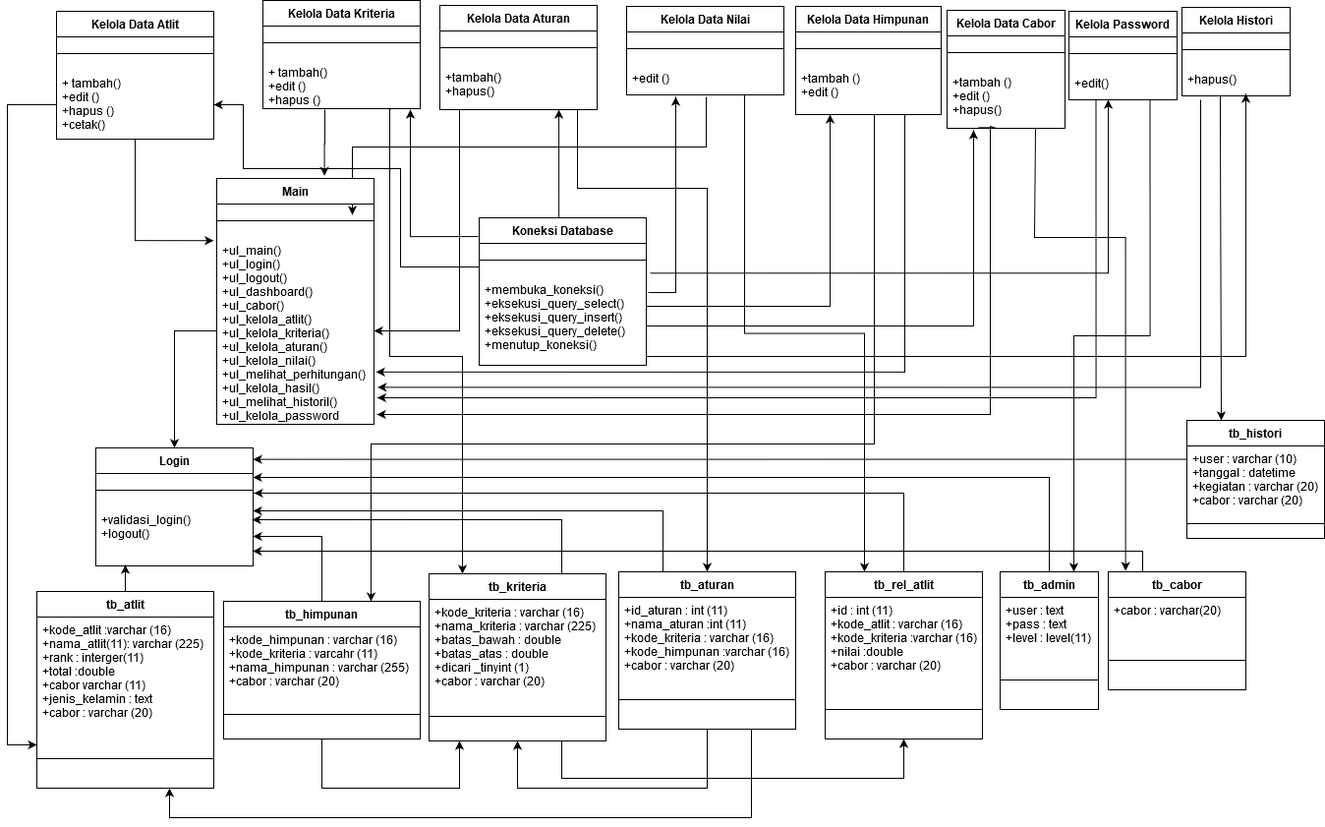
The draw.io diagram Untitled Diagram.png in NuriCandrawati/nuri-resolusi, before a commit. Source tidied: cells renumbered, new cells last; positions are measured from the earlier drawing's top-left corner, leaving out a move shared by most shapes.
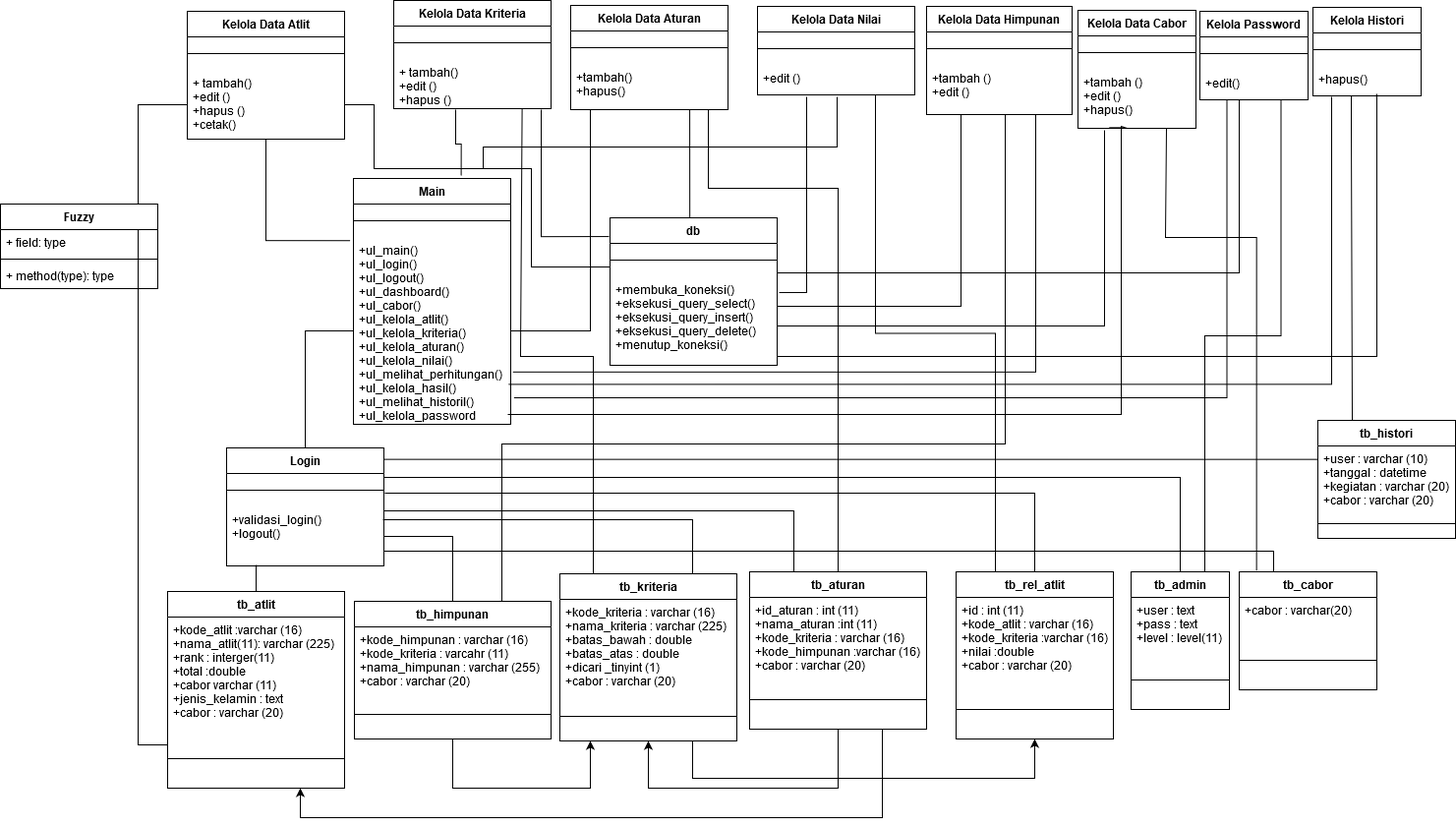
Above is the later version.

Change to the diagram source:
```diff
@@ -4,3 +4,3 @@
     <mxCell id="1" parent="0" />
-    <mxCell id="2" style="edgeStyle=orthogonalEdgeStyle;rounded=0;jettySize=auto;html=1;entryX=0.685;entryY=-0.011;entryDx=0;entryDy=0;entryPerimeter=0;" parent="1" edge="1" target="89">
+    <mxCell id="2" style="edgeStyle=orthogonalEdgeStyle;rounded=0;jettySize=auto;html=1;entryX=0.685;entryY=-0.011;entryDx=0;entryDy=0;entryPerimeter=0;endArrow=none;endFill=0;" parent="1" edge="1" target="89">
       <mxGeometry relative="1" as="geometry">
@@ -9,3 +9,3 @@
     </mxCell>
-    <mxCell id="3" style="edgeStyle=orthogonalEdgeStyle;rounded=0;orthogonalLoop=1;jettySize=auto;html=1;entryX=0.25;entryY=0;entryDx=0;entryDy=0;exitX=0.885;exitY=0.993;exitDx=0;exitDy=0;exitPerimeter=0;" parent="1" edge="1">
+    <mxCell id="3" style="edgeStyle=orthogonalEdgeStyle;rounded=0;orthogonalLoop=1;jettySize=auto;html=1;entryX=0.25;entryY=0;entryDx=0;entryDy=0;exitX=0.885;exitY=0.993;exitDx=0;exitDy=0;exitPerimeter=0;endArrow=none;endFill=0;" parent="1" edge="1">
       <mxGeometry relative="1" as="geometry">
@@ -21,6 +21,6 @@
     </mxCell>
-    <mxCell id="4" style="edgeStyle=orthogonalEdgeStyle;rounded=0;orthogonalLoop=1;jettySize=auto;html=1;exitX=0.5;exitY=1;exitDx=0;exitDy=0;entryX=0.75;entryY=0;entryDx=0;entryDy=0;" parent="1" edge="1">
+    <mxCell id="4" style="edgeStyle=orthogonalEdgeStyle;rounded=0;orthogonalLoop=1;jettySize=auto;html=1;exitX=0.5;exitY=1;exitDx=0;exitDy=0;endArrow=none;endFill=0;" parent="1" edge="1">
       <mxGeometry relative="1" as="geometry">
         <mxPoint x="711" y="98" as="sourcePoint" />
-        <mxPoint x="351" y="218" as="targetPoint" />
+        <mxPoint x="351" y="171" as="targetPoint" />
         <Array as="points">
@@ -31,3 +31,3 @@
     </mxCell>
-    <mxCell id="5" style="edgeStyle=orthogonalEdgeStyle;rounded=0;jettySize=auto;html=1;exitX=0.75;exitY=1;exitDx=0;exitDy=0;entryX=0.25;entryY=0;entryDx=0;entryDy=0;" parent="1" edge="1" source="6" target="37">
+    <mxCell id="5" style="edgeStyle=orthogonalEdgeStyle;rounded=0;jettySize=auto;html=1;exitX=0.75;exitY=1;exitDx=0;exitDy=0;entryX=0.25;entryY=0;entryDx=0;entryDy=0;endArrow=none;endFill=0;" parent="1" edge="1" source="6" target="37">
       <mxGeometry relative="1" as="geometry" />
@@ -43,6 +43,6 @@
     </mxCell>
-    <mxCell id="9" style="edgeStyle=orthogonalEdgeStyle;rounded=0;jettySize=auto;html=1;exitX=0;exitY=0.5;exitDx=0;exitDy=0;entryX=0.5;entryY=0;entryDx=0;entryDy=0;" parent="1" edge="1" source="91" target="45">
+    <mxCell id="9" style="edgeStyle=orthogonalEdgeStyle;rounded=0;jettySize=auto;html=1;exitX=0;exitY=0.5;exitDx=0;exitDy=0;entryX=0.5;entryY=0;entryDx=0;entryDy=0;endArrow=none;endFill=0;" parent="1" edge="1" source="91" target="45">
       <mxGeometry relative="1" as="geometry" />
     </mxCell>
-    <mxCell id="10" style="edgeStyle=orthogonalEdgeStyle;rounded=0;jettySize=auto;html=1;exitX=0;exitY=0.5;exitDx=0;exitDy=0;" parent="1" edge="1" source="69" target="61">
+    <mxCell id="10" style="edgeStyle=orthogonalEdgeStyle;rounded=0;jettySize=auto;html=1;exitX=0;exitY=0.5;exitDx=0;exitDy=0;endArrow=none;endFill=0;" parent="1" edge="1" source="69" target="61">
       <mxGeometry relative="1" as="geometry">
@@ -54,3 +54,3 @@
     </mxCell>
-    <mxCell id="11" style="edgeStyle=orthogonalEdgeStyle;rounded=0;jettySize=auto;html=1;" parent="1" edge="1" source="65" target="31">
+    <mxCell id="11" style="edgeStyle=orthogonalEdgeStyle;rounded=0;jettySize=auto;html=1;endArrow=none;endFill=0;" parent="1" edge="1" source="65" target="31">
       <mxGeometry relative="1" as="geometry">
@@ -62,3 +62,3 @@
     </mxCell>
-    <mxCell id="12" style="edgeStyle=orthogonalEdgeStyle;rounded=0;jettySize=auto;html=1;exitX=1.012;exitY=0.178;exitDx=0;exitDy=0;exitPerimeter=0;" parent="1" edge="1" source="84">
+    <mxCell id="12" style="edgeStyle=orthogonalEdgeStyle;rounded=0;jettySize=auto;html=1;exitX=1.012;exitY=0.178;exitDx=0;exitDy=0;exitPerimeter=0;endArrow=none;endFill=0;" parent="1" edge="1" source="84">
       <mxGeometry relative="1" as="geometry">
@@ -67,3 +67,3 @@
     </mxCell>
-    <mxCell id="13" style="edgeStyle=orthogonalEdgeStyle;rounded=0;jettySize=auto;html=1;exitX=-0.006;exitY=0.127;exitDx=0;exitDy=0;exitPerimeter=0;" parent="1" edge="1" source="82">
+    <mxCell id="13" style="edgeStyle=orthogonalEdgeStyle;rounded=0;jettySize=auto;html=1;exitX=-0.006;exitY=0.127;exitDx=0;exitDy=0;exitPerimeter=0;endArrow=none;endFill=0;" parent="1" edge="1" source="82">
       <mxGeometry relative="1" as="geometry">
@@ -75,3 +75,3 @@
     </mxCell>
-    <mxCell id="14" style="edgeStyle=orthogonalEdgeStyle;rounded=0;jettySize=auto;html=1;exitX=0;exitY=0.25;exitDx=0;exitDy=0;entryX=1;entryY=0.5;entryDx=0;entryDy=0;" parent="1" edge="1" source="82" target="69">
+    <mxCell id="14" style="edgeStyle=orthogonalEdgeStyle;rounded=0;jettySize=auto;html=1;exitX=0;exitY=0.25;exitDx=0;exitDy=0;entryX=1;entryY=0.5;entryDx=0;entryDy=0;endArrow=none;endFill=0;" parent="1" edge="1" source="82" target="69">
       <mxGeometry relative="1" as="geometry">
@@ -86,6 +86,6 @@
     </mxCell>
-    <mxCell id="15" style="edgeStyle=orthogonalEdgeStyle;rounded=0;jettySize=auto;html=1;exitX=0.25;exitY=0;exitDx=0;exitDy=0;entryX=1;entryY=0.067;entryDx=0;entryDy=0;entryPerimeter=0;" parent="1" edge="1" source="31" target="47">
+    <mxCell id="15" style="edgeStyle=orthogonalEdgeStyle;rounded=0;jettySize=auto;html=1;exitX=0.25;exitY=0;exitDx=0;exitDy=0;entryX=1;entryY=0.067;entryDx=0;entryDy=0;entryPerimeter=0;endArrow=none;endFill=0;" parent="1" edge="1" source="31" target="47">
       <mxGeometry relative="1" as="geometry" />
     </mxCell>
-    <mxCell id="16" style="edgeStyle=orthogonalEdgeStyle;rounded=0;jettySize=auto;html=1;exitX=0.5;exitY=1;exitDx=0;exitDy=0;entryX=0.75;entryY=0;entryDx=0;entryDy=0;" parent="1" edge="1" source="18" target="50">
+    <mxCell id="16" style="edgeStyle=orthogonalEdgeStyle;rounded=0;jettySize=auto;html=1;exitX=0.5;exitY=1;exitDx=0;exitDy=0;entryX=0.75;entryY=0;entryDx=0;entryDy=0;endArrow=none;endFill=0;" parent="1" edge="1" source="18" target="50">
       <mxGeometry relative="1" as="geometry">
@@ -97,3 +97,3 @@
     </mxCell>
-    <mxCell id="17" style="edgeStyle=orthogonalEdgeStyle;rounded=0;jettySize=auto;html=1;exitX=0.75;exitY=1;exitDx=0;exitDy=0;entryX=1.013;entryY=0.72;entryDx=0;entryDy=0;entryPerimeter=0;" parent="1" edge="1" source="18" target="91">
+    <mxCell id="17" style="edgeStyle=orthogonalEdgeStyle;rounded=0;jettySize=auto;html=1;exitX=0.75;exitY=1;exitDx=0;exitDy=0;entryX=1.013;entryY=0.72;entryDx=0;entryDy=0;entryPerimeter=0;endArrow=none;endFill=0;" parent="1" edge="1" source="18" target="91">
       <mxGeometry relative="1" as="geometry" />
@@ -125,3 +125,3 @@
     </mxCell>
-    <mxCell id="23" style="edgeStyle=orthogonalEdgeStyle;rounded=0;jettySize=auto;html=1;exitX=0.264;exitY=0.989;exitDx=0;exitDy=0;exitPerimeter=0;" parent="1" edge="1" source="27">
+    <mxCell id="23" style="edgeStyle=orthogonalEdgeStyle;rounded=0;jettySize=auto;html=1;exitX=0.264;exitY=0.989;exitDx=0;exitDy=0;exitPerimeter=0;endArrow=none;endFill=0;" parent="1" edge="1" source="27">
       <mxGeometry relative="1" as="geometry">
@@ -135,3 +135,3 @@
     </mxCell>
-    <mxCell id="24" style="edgeStyle=orthogonalEdgeStyle;rounded=0;jettySize=auto;html=1;exitX=0.75;exitY=1;exitDx=0;exitDy=0;entryX=0.126;entryY=-0.008;entryDx=0;entryDy=0;entryPerimeter=0;" parent="1" edge="1" source="25" target="77">
+    <mxCell id="24" style="edgeStyle=orthogonalEdgeStyle;rounded=0;jettySize=auto;html=1;exitX=0.75;exitY=1;exitDx=0;exitDy=0;entryX=0.126;entryY=-0.008;entryDx=0;entryDy=0;entryPerimeter=0;endArrow=none;endFill=0;" parent="1" edge="1" source="25" target="77">
       <mxGeometry relative="1" as="geometry">
@@ -170,3 +170,3 @@
     </mxCell>
-    <mxCell id="34" style="edgeStyle=orthogonalEdgeStyle;rounded=0;jettySize=auto;html=1;exitX=0.5;exitY=0;exitDx=0;exitDy=0;" parent="1" edge="1" source="37">
+    <mxCell id="34" style="edgeStyle=orthogonalEdgeStyle;rounded=0;jettySize=auto;html=1;exitX=0.5;exitY=0;exitDx=0;exitDy=0;endArrow=none;endFill=0;" parent="1" edge="1" source="37">
       <mxGeometry relative="1" as="geometry">
@@ -179,3 +179,3 @@
     </mxCell>
-    <mxCell id="35" style="edgeStyle=orthogonalEdgeStyle;rounded=0;jettySize=auto;html=1;entryX=0.25;entryY=0;entryDx=0;entryDy=0;" parent="1" edge="1" target="85">
+    <mxCell id="35" style="edgeStyle=orthogonalEdgeStyle;rounded=0;jettySize=auto;html=1;entryX=0.25;entryY=0;entryDx=0;entryDy=0;endArrow=none;endFill=0;" parent="1" edge="1" target="85">
       <mxGeometry relative="1" as="geometry">
@@ -188,7 +188,8 @@
     </mxCell>
-    <mxCell id="36" style="edgeStyle=orthogonalEdgeStyle;rounded=0;jettySize=auto;html=1;entryX=1.023;entryY=0.802;entryDx=0;entryDy=0;entryPerimeter=0;" parent="1" edge="1" target="91">
+    <mxCell id="36" style="edgeStyle=orthogonalEdgeStyle;rounded=0;orthogonalLoop=1;jettySize=auto;html=1;entryX=1.023;entryY=0.802;entryDx=0;entryDy=0;entryPerimeter=0;endArrow=none;endFill=0;" parent="1" edge="1">
       <mxGeometry relative="1" as="geometry">
-        <mxPoint x="1214" y="101" as="sourcePoint" />
+        <mxPoint x="1214" y="98" as="sourcePoint" />
+        <mxPoint x="376.7" y="390.4" as="targetPoint" />
         <Array as="points">
-          <mxPoint x="1214" y="393" />
+          <mxPoint x="1214" y="390" />
         </Array>
@@ -205,3 +206,3 @@
     </mxCell>
-    <mxCell id="40" style="edgeStyle=orthogonalEdgeStyle;rounded=0;jettySize=auto;html=1;exitX=0.75;exitY=0;exitDx=0;exitDy=0;entryX=0.994;entryY=0.217;entryDx=0;entryDy=0;entryPerimeter=0;" parent="1" edge="1" source="42" target="47">
+    <mxCell id="40" style="edgeStyle=orthogonalEdgeStyle;rounded=0;jettySize=auto;html=1;exitX=0.75;exitY=0;exitDx=0;exitDy=0;entryX=0.994;entryY=0.217;entryDx=0;entryDy=0;entryPerimeter=0;endArrow=none;endFill=0;" parent="1" edge="1" source="42" target="47">
       <mxGeometry relative="1" as="geometry" />
@@ -234,3 +235,3 @@
     </mxCell>
-    <mxCell id="48" style="edgeStyle=orthogonalEdgeStyle;rounded=0;jettySize=auto;html=1;exitX=0.5;exitY=0;exitDx=0;exitDy=0;entryX=1;entryY=0.5;entryDx=0;entryDy=0;" parent="1" edge="1" source="50" target="47">
+    <mxCell id="48" style="edgeStyle=orthogonalEdgeStyle;rounded=0;jettySize=auto;html=1;exitX=0.5;exitY=0;exitDx=0;exitDy=0;entryX=1;entryY=0.5;entryDx=0;entryDy=0;endArrow=none;endFill=0;" parent="1" edge="1" source="50" target="47">
       <mxGeometry relative="1" as="geometry" />
@@ -256,3 +257,3 @@
     </mxCell>
-    <mxCell id="53" style="edgeStyle=orthogonalEdgeStyle;rounded=0;orthogonalLoop=1;jettySize=auto;html=1;exitX=0.5;exitY=0;exitDx=0;exitDy=0;" parent="1" edge="1">
+    <mxCell id="53" style="edgeStyle=orthogonalEdgeStyle;rounded=0;orthogonalLoop=1;jettySize=auto;html=1;exitX=0.5;exitY=0;exitDx=0;exitDy=0;endArrow=none;endFill=0;" parent="1" edge="1">
       <mxGeometry relative="1" as="geometry">
@@ -262,6 +263,6 @@
     </mxCell>
-    <mxCell id="54" style="edgeStyle=orthogonalEdgeStyle;rounded=0;jettySize=auto;html=1;exitX=0.75;exitY=1;exitDx=0;exitDy=0;entryX=0.75;entryY=0;entryDx=0;entryDy=0;" parent="1" edge="1" source="56" target="71">
+    <mxCell id="54" style="edgeStyle=orthogonalEdgeStyle;rounded=0;jettySize=auto;html=1;exitX=0.75;exitY=1;exitDx=0;exitDy=0;entryX=0.75;entryY=0;entryDx=0;entryDy=0;endArrow=none;endFill=0;" parent="1" edge="1" source="56" target="71">
       <mxGeometry relative="1" as="geometry" />
     </mxCell>
-    <mxCell id="55" style="edgeStyle=orthogonalEdgeStyle;rounded=0;jettySize=auto;html=1;exitX=0.25;exitY=1;exitDx=0;exitDy=0;entryX=1.021;entryY=0.858;entryDx=0;entryDy=0;entryPerimeter=0;" parent="1" edge="1" source="56" target="91">
+    <mxCell id="55" style="edgeStyle=orthogonalEdgeStyle;rounded=0;jettySize=auto;html=1;exitX=0.25;exitY=1;exitDx=0;exitDy=0;entryX=1.021;entryY=0.858;entryDx=0;entryDy=0;entryPerimeter=0;endArrow=none;endFill=0;" parent="1" edge="1" source="56" target="91">
       <mxGeometry relative="1" as="geometry" />
@@ -286,3 +287,3 @@
     </mxCell>
-    <mxCell id="62" style="edgeStyle=orthogonalEdgeStyle;rounded=0;jettySize=auto;html=1;exitX=0.25;exitY=1;exitDx=0;exitDy=0;entryX=1;entryY=0.5;entryDx=0;entryDy=0;" parent="1" edge="1" source="63" target="91">
+    <mxCell id="62" style="edgeStyle=orthogonalEdgeStyle;rounded=0;jettySize=auto;html=1;exitX=0.25;exitY=1;exitDx=0;exitDy=0;entryX=1;entryY=0.5;entryDx=0;entryDy=0;endArrow=none;endFill=0;" parent="1" edge="1" source="63" target="91">
       <mxGeometry relative="1" as="geometry">
@@ -303,3 +304,3 @@
     </mxCell>
-    <mxCell id="66" style="edgeStyle=orthogonalEdgeStyle;rounded=0;jettySize=auto;html=1;exitX=0.5;exitY=1;exitDx=0;exitDy=0;entryX=-0.02;entryY=0.017;entryDx=0;entryDy=0;entryPerimeter=0;" parent="1" edge="1" source="67" target="91">
+    <mxCell id="66" style="edgeStyle=orthogonalEdgeStyle;rounded=0;jettySize=auto;html=1;exitX=0.5;exitY=1;exitDx=0;exitDy=0;entryX=-0.02;entryY=0.017;entryDx=0;entryDy=0;entryPerimeter=0;endArrow=none;endFill=0;" parent="1" edge="1" source="67" target="91">
       <mxGeometry relative="1" as="geometry" />
@@ -315,3 +316,3 @@
     </mxCell>
-    <mxCell id="70" style="edgeStyle=orthogonalEdgeStyle;rounded=0;jettySize=auto;html=1;exitX=0.5;exitY=0;exitDx=0;exitDy=0;entryX=1;entryY=0.25;entryDx=0;entryDy=0;" parent="1" edge="1" source="71" target="45">
+    <mxCell id="70" style="edgeStyle=orthogonalEdgeStyle;rounded=0;jettySize=auto;html=1;exitX=0.5;exitY=0;exitDx=0;exitDy=0;entryX=1;entryY=0.25;entryDx=0;entryDy=0;endArrow=none;endFill=0;" parent="1" edge="1" source="71" target="45">
       <mxGeometry relative="1" as="geometry" />
@@ -327,3 +328,3 @@
     </mxCell>
-    <mxCell id="74" style="edgeStyle=orthogonalEdgeStyle;rounded=0;orthogonalLoop=1;jettySize=auto;html=1;exitX=0.5;exitY=0;exitDx=0;exitDy=0;entryX=0.863;entryY=1;entryDx=0;entryDy=0;entryPerimeter=0;" parent="1" edge="1">
+    <mxCell id="74" style="edgeStyle=orthogonalEdgeStyle;rounded=0;orthogonalLoop=1;jettySize=auto;html=1;exitX=0.5;exitY=0;exitDx=0;exitDy=0;entryX=0.863;entryY=1;entryDx=0;entryDy=0;entryPerimeter=0;endArrow=none;endFill=0;" parent="1" edge="1">
       <mxGeometry relative="1" as="geometry">
@@ -336,3 +337,3 @@
     </mxCell>
-    <mxCell id="75" style="edgeStyle=orthogonalEdgeStyle;rounded=0;orthogonalLoop=1;jettySize=auto;html=1;exitX=1;exitY=0.5;exitDx=0;exitDy=0;" parent="1" edge="1">
+    <mxCell id="75" style="edgeStyle=orthogonalEdgeStyle;rounded=0;orthogonalLoop=1;jettySize=auto;html=1;exitX=1;exitY=0.5;exitDx=0;exitDy=0;endArrow=none;endFill=0;" parent="1" edge="1">
       <mxGeometry relative="1" as="geometry">
@@ -346,3 +347,3 @@
     </mxCell>
-    <mxCell id="76" style="edgeStyle=orthogonalEdgeStyle;rounded=0;jettySize=auto;html=1;exitX=0.25;exitY=0;exitDx=0;exitDy=0;entryX=0.998;entryY=0.75;entryDx=0;entryDy=0;entryPerimeter=0;" parent="1" edge="1" source="77" target="47">
+    <mxCell id="76" style="edgeStyle=orthogonalEdgeStyle;rounded=0;jettySize=auto;html=1;exitX=0.25;exitY=0;exitDx=0;exitDy=0;entryX=0.998;entryY=0.75;entryDx=0;entryDy=0;entryPerimeter=0;endArrow=none;endFill=0;" parent="1" edge="1" source="77" target="47">
       <mxGeometry relative="1" as="geometry" />
@@ -358,3 +359,3 @@
     </mxCell>
-    <mxCell id="80" style="edgeStyle=orthogonalEdgeStyle;rounded=0;orthogonalLoop=1;jettySize=auto;html=1;exitX=1;exitY=0.75;exitDx=0;exitDy=0;" parent="1" edge="1">
+    <mxCell id="80" style="edgeStyle=orthogonalEdgeStyle;rounded=0;orthogonalLoop=1;jettySize=auto;html=1;exitX=1;exitY=0.75;exitDx=0;exitDy=0;endArrow=none;endFill=0;" parent="1" edge="1">
       <mxGeometry relative="1" as="geometry">
@@ -368,4 +369,5 @@
     </mxCell>
-    <mxCell id="81" style="edgeStyle=orthogonalEdgeStyle;rounded=0;jettySize=auto;html=1;exitX=1.022;exitY=-0.041;exitDx=0;exitDy=0;exitPerimeter=0;" parent="1" edge="1" source="84">
+    <mxCell id="81" style="edgeStyle=orthogonalEdgeStyle;rounded=0;orthogonalLoop=1;jettySize=auto;html=1;endArrow=none;endFill=0;" parent="1" edge="1">
       <mxGeometry relative="1" as="geometry">
+        <mxPoint x="650" y="277" as="sourcePoint" />
         <mxPoint x="1120" y="101" as="targetPoint" />
@@ -373,3 +375,3 @@
     </mxCell>
-    <mxCell id="82" value="Koneksi Database" style="swimlane;fontStyle=1;align=center;verticalAlign=top;horizontal=1;startSize=26;" parent="1" vertex="1">
+    <mxCell id="82" value="db" style="swimlane;fontStyle=1;align=center;verticalAlign=top;horizontal=1;startSize=26;" parent="1" vertex="1">
       <mxGeometry x="480" y="221" width="170" height="150" as="geometry" />
@@ -391,3 +393,3 @@
     </mxCell>
-    <mxCell id="88" style="edgeStyle=orthogonalEdgeStyle;rounded=0;jettySize=auto;html=1;exitX=0;exitY=0.5;exitDx=0;exitDy=0;entryX=1;entryY=0.097;entryDx=0;entryDy=0;entryPerimeter=0;" parent="1" edge="1" source="86" target="45">
+    <mxCell id="88" style="edgeStyle=orthogonalEdgeStyle;rounded=0;jettySize=auto;html=1;exitX=0;exitY=0.5;exitDx=0;exitDy=0;entryX=1;entryY=0.097;entryDx=0;entryDy=0;entryPerimeter=0;endArrow=none;endFill=0;" parent="1" edge="1" source="86" target="45">
       <mxGeometry relative="1" as="geometry">
@@ -399,3 +401,3 @@
     <mxCell id="89" value="Main" style="swimlane;fontStyle=1;align=center;verticalAlign=top;horizontal=1;startSize=26;" parent="1" vertex="1">
-      <mxGeometry x="213" y="181" width="160" height="250" as="geometry" />
+      <mxGeometry x="219" y="181" width="160" height="250" as="geometry" />
     </mxCell>
@@ -407,3 +409,3 @@
     </mxCell>
-    <mxCell id="92" style="edgeStyle=orthogonalEdgeStyle;rounded=0;jettySize=auto;html=1;exitX=1;exitY=0.5;exitDx=0;exitDy=0;" parent="1" edge="1" source="84">
+    <mxCell id="92" style="edgeStyle=orthogonalEdgeStyle;rounded=0;jettySize=auto;html=1;exitX=1;exitY=0.5;exitDx=0;exitDy=0;endArrow=none;endFill=0;" parent="1" edge="1" source="84">
       <mxGeometry relative="1" as="geometry">
@@ -424,2 +426,14 @@
     </mxCell>
+    <mxCell id="96" value="Fuzzy" style="swimlane;fontStyle=1;align=center;verticalAlign=top;horizontal=1;startSize=26;" parent="1" vertex="1">
+      <mxGeometry x="-140" y="207" width="160" height="86" as="geometry" />
+    </mxCell>
+    <mxCell id="97" value="+ field: type" style="text;strokeColor=none;fillColor=none;align=left;verticalAlign=top;spacingLeft=4;spacingRight=4;overflow=hidden;" parent="96" vertex="1">
+      <mxGeometry y="26" width="160" height="26" as="geometry" />
+    </mxCell>
+    <mxCell id="98" style="line;strokeWidth=1;fillColor=none;align=left;verticalAlign=middle;spacingTop=-1;spacingLeft=3;spacingRight=3;labelPosition=right;" parent="96" vertex="1">
+      <mxGeometry y="52" width="160" height="8" as="geometry" />
+    </mxCell>
+    <mxCell id="99" value="+ method(type): type" style="text;strokeColor=none;fillColor=none;align=left;verticalAlign=top;spacingLeft=4;spacingRight=4;overflow=hidden;" parent="96" vertex="1">
+      <mxGeometry y="60" width="160" height="26" as="geometry" />
+    </mxCell>
   </root>
```
